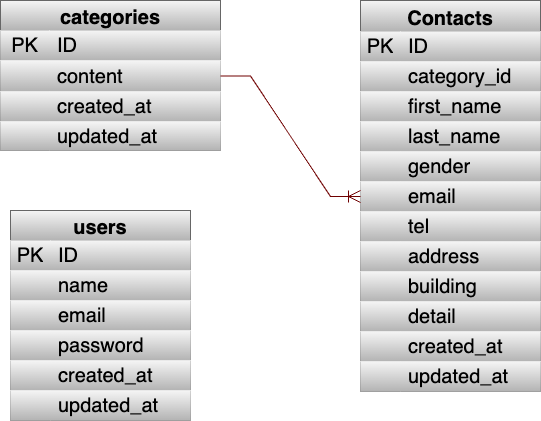
sekirubeg/oonisikeita-kadai keeps this draw.io diagram as ER.drawio.png. Above is the earlier version. Source tidied: cells renumbered, new cells last; positions are measured from the earlier drawing's top-left corner, leaving out a move shared by most shapes.
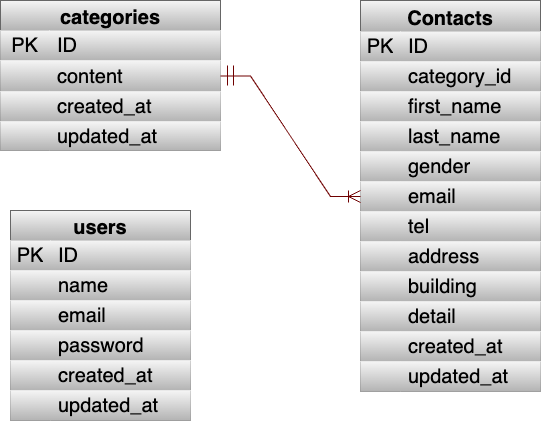
Later version of the same file.

Change to the diagram source:
```diff
@@ -215,5 +215,11 @@
     <mxCell id="72" style="edgeStyle=entityRelationEdgeStyle;fontSize=12;html=1;endArrow=ERoneToMany;hachureGap=4;fontFamily=Helvetica;entryX=0;entryY=0.5;entryDx=0;entryDy=0;exitX=1;exitY=0.5;exitDx=0;exitDy=0;strokeColor=#6F0000;endSize=10;startSize=10;rounded=0;fillColor=#a20025;" parent="1" edge="1" source="44" target="19">
       <mxGeometry relative="1" as="geometry" />
     </mxCell>
+    <mxCell id="73" style="shape=link;html=1;width=6;fillColor=#a20025;strokeColor=#6F0000;" parent="1" edge="1">
+      <mxGeometry relative="1" as="geometry">
+        <mxPoint x="230" y="65" as="sourcePoint" />
+        <mxPoint x="230" y="85" as="targetPoint" />
+      </mxGeometry>
+    </mxCell>
   </root>
 </mxGraphModel>
```
